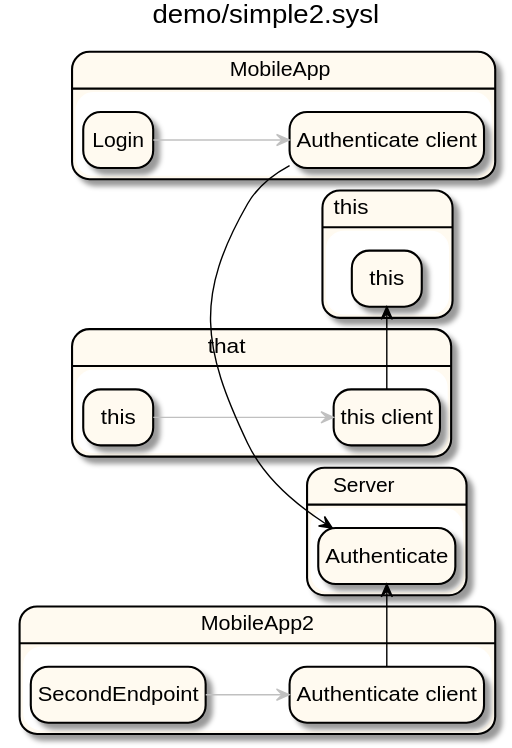
Above: docs/integrationEPA.svg in anz-bank/sysl-catalog (PlantUML), before the change.
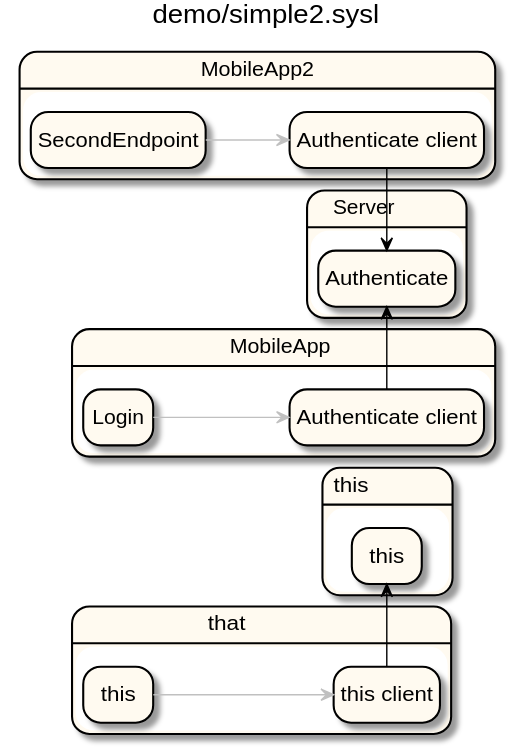
Later version of the same file.

Diff of the diagram source:
```diff
@@ -28,10 +28,10 @@
 state "this" as X_4 <<highlight>> {
   state "this" as _7 <<highlight>>
 }
-_3 -[#silver]-> _2
-_2 -[#black]> _4
 _5 -[#silver]-> _6
 _6 -[#black]> _7
 _1 -[#silver]-> _0
 _0 -[#black]> _4
+_3 -[#silver]-> _2
+_2 -[#black]> _4
 @enduml
```
